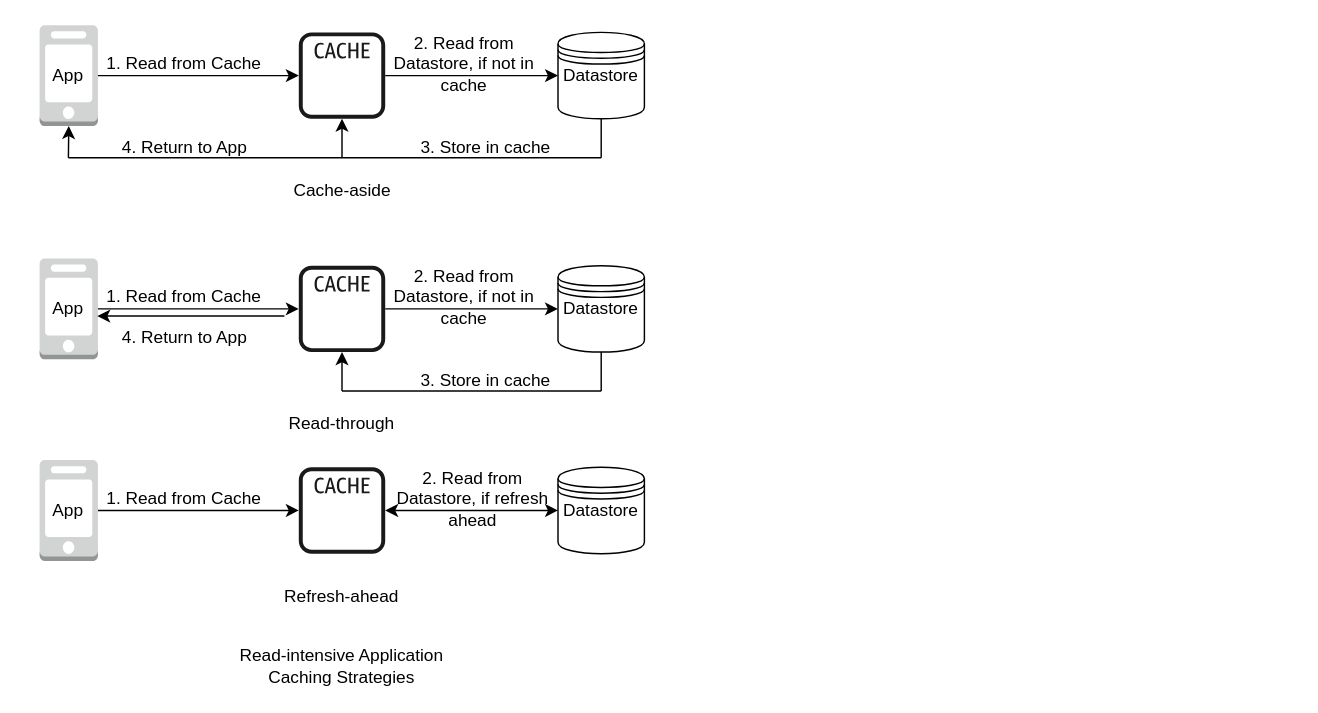
Earlier version of the draw.io diagram Caching Strategies.drawio (jayanthkmr/architecture-diagrams). Source tidied: cells renumbered, new cells numbered last; positions are measured from the earlier drawing's top-left corner, leaving out a move shared by most shapes. Both pictures are drawn from the tidied source at 144%, with x=0, y=0 at pixel (24, 24).
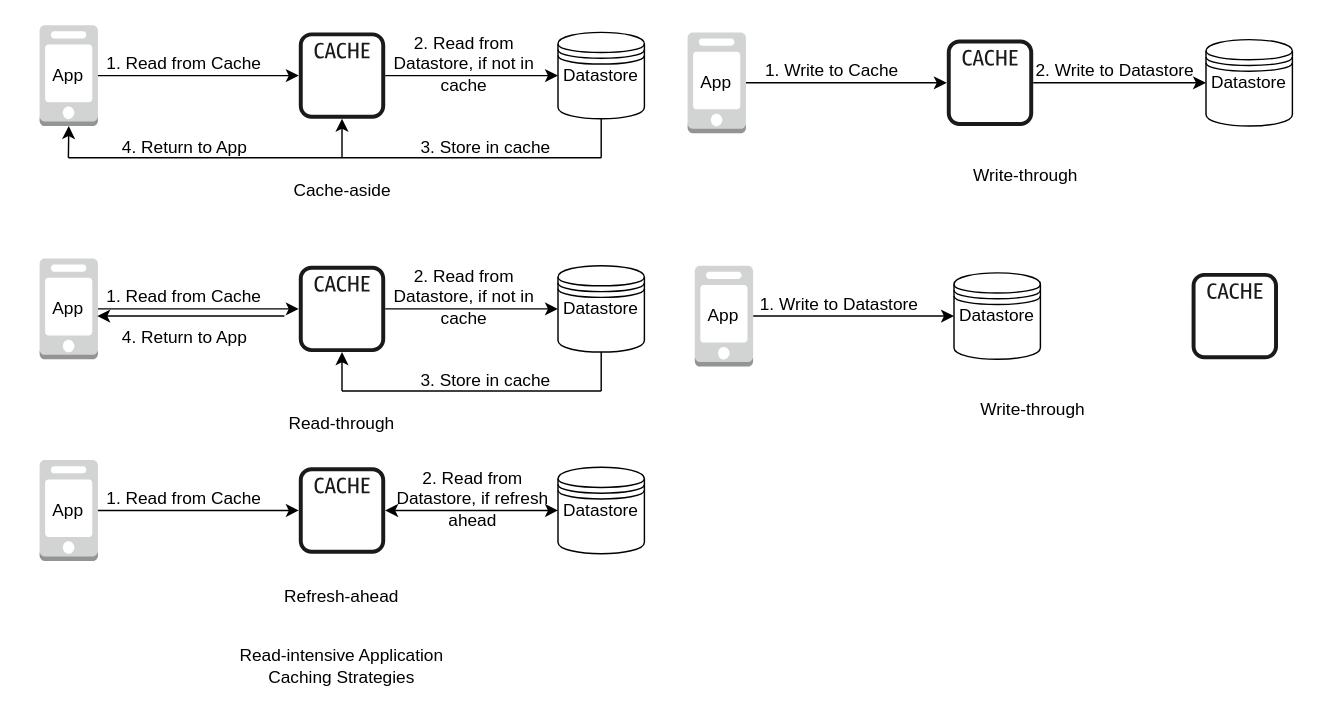
After the change.

Diff of the diagram source:
```diff
@@
+    <mxCell id="46" style="edgeStyle=orthogonalEdgeStyle;rounded=0;jettySize=auto;html=1;exitX=1;exitY=0.5;exitDx=0;exitDy=0;exitPerimeter=0;" parent="1" edge="1" source="47" target="49">
+      <mxGeometry relative="1" as="geometry" />
+    </mxCell>
+    <mxCell id="47" style="outlineConnect=0;dashed=0;verticalLabelPosition=bottom;verticalAlign=top;align=center;html=1;shape=mxgraph.aws3.mobile_client;fillColor=#D2D3D3;gradientColor=none;" parent="1" vertex="1">
+      <mxGeometry x="460" y="5" width="40.5" height="70" as="geometry" />
+    </mxCell>
+    <mxCell id="48" style="edgeStyle=orthogonalEdgeStyle;rounded=0;jettySize=auto;html=1;entryX=0;entryY=0.5;entryDx=0;entryDy=0;" parent="1" edge="1" source="49" target="50">
+      <mxGeometry relative="1" as="geometry" />
+    </mxCell>
+    <mxCell id="49" style="sketch=0;outlineConnect=0;fontColor=#232F3E;gradientColor=none;fillColor=#1A1A1A;strokeColor=none;dashed=0;verticalLabelPosition=bottom;verticalAlign=top;align=center;html=1;fontSize=12;fontStyle=0;shape=mxgraph.aws4.cache_node;" parent="1" vertex="1">
+      <mxGeometry x="640" y="10" width="60" height="60" as="geometry" />
+    </mxCell>
+    <mxCell id="50" style="shape=datastore;whiteSpace=wrap;html=1;" parent="1" vertex="1">
+      <mxGeometry x="820" y="10" width="60" height="60" as="geometry" />
+    </mxCell>
+    <mxCell id="51" value="1. Write to Cache" style="text;html=1;strokeColor=none;fillColor=none;align=center;verticalAlign=middle;whiteSpace=wrap;rounded=0;" parent="1" vertex="1">
+      <mxGeometry x="501" y="17" width="119" height="30" as="geometry" />
+    </mxCell>
+    <mxCell id="52" value="2. Write to Datastore" style="text;html=1;strokeColor=none;fillColor=none;align=center;verticalAlign=middle;whiteSpace=wrap;rounded=0;" parent="1" vertex="1">
+      <mxGeometry x="692" y="17" width="130" height="30" as="geometry" />
+    </mxCell>
+    <mxCell id="53" value="App" style="text;html=1;strokeColor=none;fillColor=none;align=center;verticalAlign=middle;whiteSpace=wrap;rounded=0;" parent="1" vertex="1">
+      <mxGeometry x="450" y="25" width="60" height="30" as="geometry" />
+    </mxCell>
+    <mxCell id="54" value="Datastore" style="text;html=1;strokeColor=none;fillColor=none;align=center;verticalAlign=middle;whiteSpace=wrap;rounded=0;" parent="1" vertex="1">
+      <mxGeometry x="820" y="25" width="60" height="30" as="geometry" />
+    </mxCell>
+    <mxCell id="55" value="Write-through" style="text;html=1;strokeColor=none;fillColor=none;align=center;verticalAlign=middle;whiteSpace=wrap;rounded=0;" parent="1" vertex="1">
+      <mxGeometry x="650" y="90" width="89.5" height="30" as="geometry" />
+    </mxCell>
+    <mxCell id="56" style="edgeStyle=orthogonalEdgeStyle;rounded=0;jettySize=auto;html=1;exitX=1;exitY=0.5;exitDx=0;exitDy=0;exitPerimeter=0;" parent="1" edge="1" source="57">
+      <mxGeometry relative="1" as="geometry">
+        <mxPoint x="645" y="202" as="targetPoint" />
+      </mxGeometry>
+    </mxCell>
+    <mxCell id="57" style="outlineConnect=0;dashed=0;verticalLabelPosition=bottom;verticalAlign=top;align=center;html=1;shape=mxgraph.aws3.mobile_client;fillColor=#D2D3D3;gradientColor=none;" parent="1" vertex="1">
+      <mxGeometry x="465" y="167" width="40.5" height="70" as="geometry" />
+    </mxCell>
+    <mxCell id="58" style="shape=datastore;whiteSpace=wrap;html=1;" parent="1" vertex="1">
+      <mxGeometry x="645" y="172" width="60" height="60" as="geometry" />
+    </mxCell>
+    <mxCell id="59" value="1. Write to Datastore" style="text;html=1;strokeColor=none;fillColor=none;align=center;verticalAlign=middle;whiteSpace=wrap;rounded=0;" parent="1" vertex="1">
+      <mxGeometry x="506" y="179" width="119" height="30" as="geometry" />
+    </mxCell>
+    <mxCell id="60" value="App" style="text;html=1;strokeColor=none;fillColor=none;align=center;verticalAlign=middle;whiteSpace=wrap;rounded=0;" parent="1" vertex="1">
+      <mxGeometry x="455" y="187" width="60" height="30" as="geometry" />
+    </mxCell>
+    <mxCell id="61" value="Datastore" style="text;html=1;strokeColor=none;fillColor=none;align=center;verticalAlign=middle;whiteSpace=wrap;rounded=0;" parent="1" vertex="1">
+      <mxGeometry x="645" y="187" width="60" height="30" as="geometry" />
+    </mxCell>
+    <mxCell id="62" value="Write-through" style="text;html=1;strokeColor=none;fillColor=none;align=center;verticalAlign=middle;whiteSpace=wrap;rounded=0;" parent="1" vertex="1">
+      <mxGeometry x="655" y="252" width="89.5" height="30" as="geometry" />
+    </mxCell>
+    <mxCell id="63" style="sketch=0;fontColor=#232F3E;gradientColor=none;fillColor=#1A1A1A;strokeColor=none;dashed=0;verticalLabelPosition=bottom;verticalAlign=top;align=center;html=1;fontSize=12;fontStyle=0;shape=mxgraph.aws4.cache_node;" parent="1" vertex="1">
+      <mxGeometry x="810" y="172" width="60" height="60" as="geometry" />
+    </mxCell>
```
